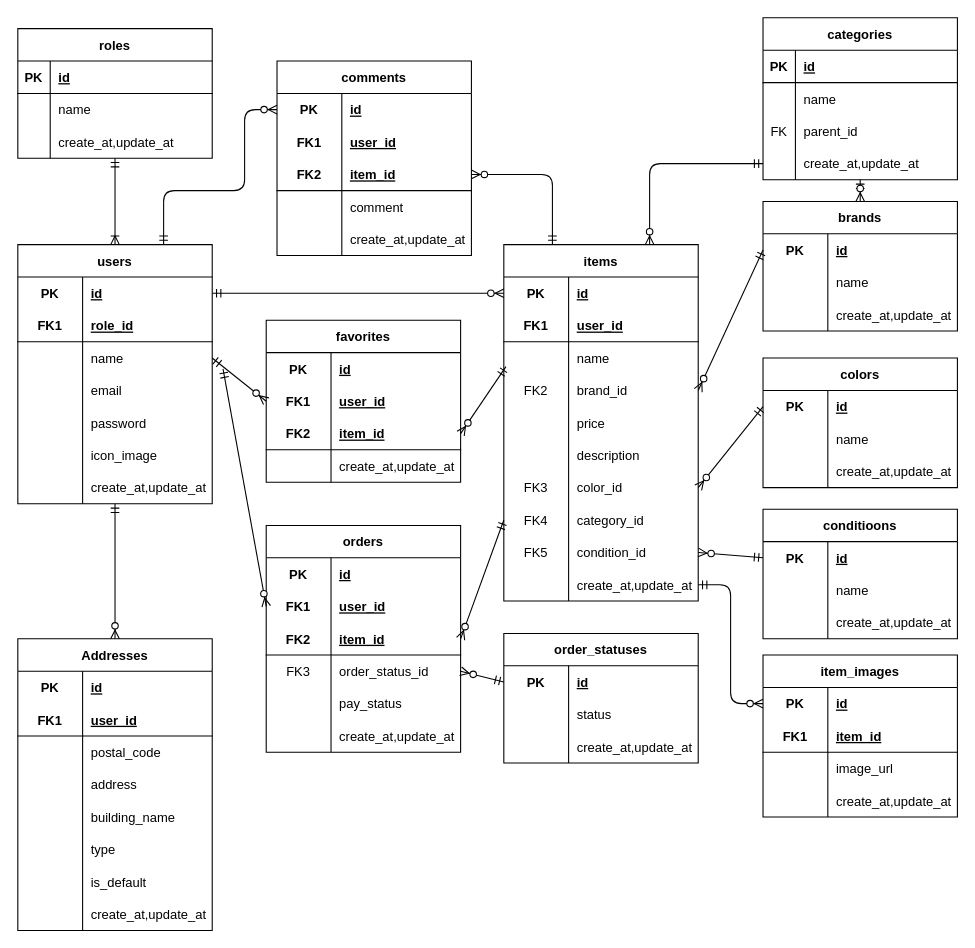
The draw.io diagram er.drawio in fujico23/coachtech-flea-market-app, before the edit. Source tidied: cells renumbered, new cells numbered last; positions are measured from the earlier drawing's top-left corner, leaving out a move shared by most shapes. Both pictures are drawn from the tidied source at 108%, with x=0, y=0 at pixel (17, 17).
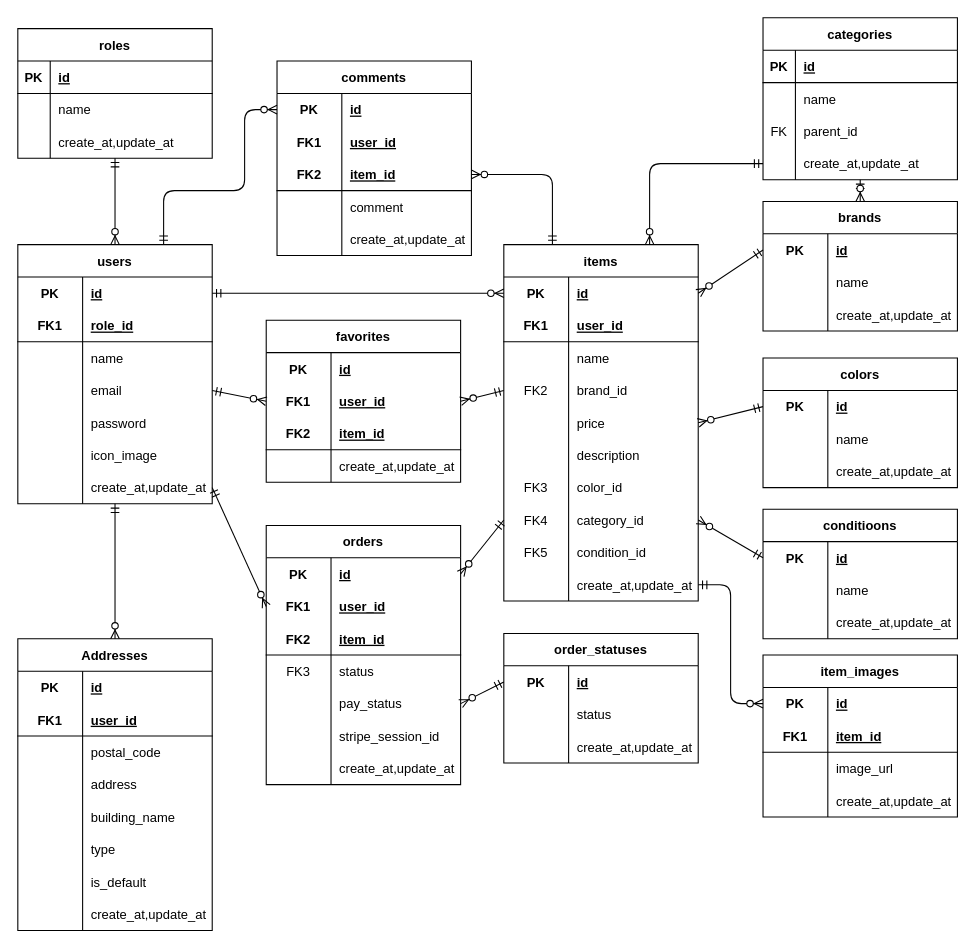
Above is the later version.

The change refers to these unchanged cells:
```xml
<mxCell id="2" value="users" style="shape=table;startSize=30;childLayout=tableLayout;rowLines=0;fontStyle=1;align=center;" parent="1" vertex="1">
  <mxGeometry y="210" width="180" height="240" as="geometry" />
</mxCell>
<mxCell id="9" style="shape=tableRow;horizontal=0;startSize=0;swimlaneHead=0;swimlaneBody=0;fillColor=none;points=[[0,0.5],[1,0.5]];portConstraint=eastwest;top=0;left=0;right=0;bottom=0;" parent="2" vertex="1">
  <mxGeometry y="90" width="180" height="30" as="geometry" />
</mxCell>
<mxCell id="12" style="shape=tableRow;horizontal=0;startSize=0;swimlaneHead=0;swimlaneBody=0;fillColor=none;points=[[0,0.5],[1,0.5]];portConstraint=eastwest;top=0;left=0;right=0;bottom=0;" parent="2" vertex="1">
  <mxGeometry y="120" width="180" height="30" as="geometry" />
</mxCell>
<mxCell id="21" style="shape=tableRow;horizontal=0;startSize=0;swimlaneHead=0;swimlaneBody=0;fillColor=none;points=[[0,0.5],[1,0.5]];portConstraint=eastwest;top=0;left=0;right=0;bottom=0;" parent="2" vertex="1">
  <mxGeometry y="210" width="180" height="30" as="geometry" />
</mxCell>
<mxCell id="31" style="shape=tableRow;horizontal=0;startSize=0;swimlaneHead=0;swimlaneBody=0;fillColor=none;points=[[0,0.5],[1,0.5]];portConstraint=eastwest;top=0;left=0;right=0;bottom=0;" parent="24" vertex="1">
  <mxGeometry y="90" width="180" height="30" as="geometry" />
</mxCell>
<mxCell id="60" style="shape=tableRow;horizontal=0;startSize=0;swimlaneHead=0;swimlaneBody=0;fillColor=none;points=[[0,0.5],[1,0.5]];portConstraint=eastwest;top=0;left=0;right=0;bottom=0;" parent="59" vertex="1">
  <mxGeometry y="30" width="180" height="30" as="geometry" />
</mxCell>
<mxCell id="66" style="shape=tableRow;horizontal=0;startSize=0;swimlaneHead=0;swimlaneBody=0;fillColor=none;points=[[0,0.5],[1,0.5]];portConstraint=eastwest;top=0;left=0;right=0;bottom=0;" parent="59" vertex="1">
  <mxGeometry y="90" width="180" height="30" as="geometry" />
</mxCell>
<mxCell id="69" style="shape=tableRow;horizontal=0;startSize=0;swimlaneHead=0;swimlaneBody=0;fillColor=none;points=[[0,0.5],[1,0.5]];portConstraint=eastwest;top=0;left=0;right=0;bottom=0;" parent="59" vertex="1">
  <mxGeometry y="120" width="180" height="30" as="geometry" />
</mxCell>
<mxCell id="72" style="shape=tableRow;horizontal=0;startSize=0;swimlaneHead=0;swimlaneBody=0;fillColor=none;points=[[0,0.5],[1,0.5]];portConstraint=eastwest;top=0;left=0;right=0;bottom=0;" parent="59" vertex="1">
  <mxGeometry y="150" width="180" height="30" as="geometry" />
</mxCell>
<mxCell id="78" style="shape=tableRow;horizontal=0;startSize=0;swimlaneHead=0;swimlaneBody=0;fillColor=none;points=[[0,0.5],[1,0.5]];portConstraint=eastwest;top=0;left=0;right=0;bottom=0;" parent="59" vertex="1">
  <mxGeometry y="210" width="180" height="30" as="geometry" />
</mxCell>
<mxCell id="81" style="shape=tableRow;horizontal=0;startSize=0;swimlaneHead=0;swimlaneBody=0;fillColor=none;points=[[0,0.5],[1,0.5]];portConstraint=eastwest;top=0;left=0;right=0;bottom=0;" parent="59" vertex="1">
  <mxGeometry y="240" width="180" height="30" as="geometry" />
</mxCell>
<mxCell id="84" style="shape=tableRow;horizontal=0;startSize=0;swimlaneHead=0;swimlaneBody=0;fillColor=none;points=[[0,0.5],[1,0.5]];portConstraint=eastwest;top=0;left=0;right=0;bottom=0;" parent="59" vertex="1">
  <mxGeometry y="270" width="180" height="30" as="geometry" />
</mxCell>
<mxCell id="91" style="shape=tableRow;horizontal=0;startSize=0;swimlaneHead=0;swimlaneBody=0;fillColor=none;points=[[0,0.5],[1,0.5]];portConstraint=eastwest;top=0;left=0;right=0;bottom=0;" parent="90" vertex="1">
  <mxGeometry y="30" width="180" height="30" as="geometry" />
</mxCell>
<mxCell id="114" style="shape=tableRow;horizontal=0;startSize=0;swimlaneHead=0;swimlaneBody=0;fillColor=none;points=[[0,0.5],[1,0.5]];portConstraint=eastwest;top=0;left=0;right=0;bottom=0;" parent="113" vertex="1">
  <mxGeometry y="30" width="180" height="30" as="geometry" />
</mxCell>
<mxCell id="124" style="shape=tableRow;horizontal=0;startSize=0;swimlaneHead=0;swimlaneBody=0;fillColor=none;points=[[0,0.5],[1,0.5]];portConstraint=eastwest;top=0;left=0;right=0;bottom=0;" parent="123" vertex="1">
  <mxGeometry y="30" width="180" height="30" as="geometry" />
</mxCell>
<mxCell id="153" style="shape=tableRow;horizontal=0;startSize=0;swimlaneHead=0;swimlaneBody=0;fillColor=none;points=[[0,0.5],[1,0.5]];portConstraint=eastwest;top=0;left=0;right=0;bottom=0;" parent="149" vertex="1">
  <mxGeometry y="60" width="180" height="30" as="geometry" />
</mxCell>
<mxCell id="156" style="shape=tableRow;horizontal=0;startSize=0;swimlaneHead=0;swimlaneBody=0;fillColor=none;points=[[0,0.5],[1,0.5]];portConstraint=eastwest;top=0;left=0;right=0;bottom=1;" parent="149" vertex="1">
  <mxGeometry y="90" width="180" height="30" as="geometry" />
</mxCell>
<mxCell id="163" style="shape=tableRow;horizontal=0;startSize=0;swimlaneHead=0;swimlaneBody=0;fillColor=none;points=[[0,0.5],[1,0.5]];portConstraint=eastwest;top=0;left=0;right=0;bottom=0;" parent="162" vertex="1">
  <mxGeometry y="30" width="180" height="30" as="geometry" />
</mxCell>
<mxCell id="166" style="shape=tableRow;horizontal=0;startSize=0;swimlaneHead=0;swimlaneBody=0;fillColor=none;points=[[0,0.5],[1,0.5]];portConstraint=eastwest;top=0;left=0;right=0;bottom=0;" parent="162" vertex="1">
  <mxGeometry y="60" width="180" height="30" as="geometry" />
</mxCell>
<mxCell id="169" style="shape=tableRow;horizontal=0;startSize=0;swimlaneHead=0;swimlaneBody=0;fillColor=none;points=[[0,0.5],[1,0.5]];portConstraint=eastwest;top=0;left=0;right=0;bottom=1;" parent="162" vertex="1">
  <mxGeometry y="90" width="180" height="30" as="geometry" />
</mxCell>
<mxCell id="172" style="shape=tableRow;horizontal=0;startSize=0;swimlaneHead=0;swimlaneBody=0;fillColor=none;points=[[0,0.5],[1,0.5]];portConstraint=eastwest;top=0;left=0;right=0;bottom=0;" parent="162" vertex="1">
  <mxGeometry y="120" width="180" height="30" as="geometry" />
</mxCell>
<mxCell id="175" style="shape=tableRow;horizontal=0;startSize=0;swimlaneHead=0;swimlaneBody=0;fillColor=none;points=[[0,0.5],[1,0.5]];portConstraint=eastwest;top=0;left=0;right=0;bottom=0;" parent="162" vertex="1">
  <mxGeometry y="150" width="180" height="30" as="geometry" />
</mxCell>
<mxCell id="182" style="shape=tableRow;horizontal=0;startSize=0;swimlaneHead=0;swimlaneBody=0;fillColor=none;points=[[0,0.5],[1,0.5]];portConstraint=eastwest;top=0;left=0;right=0;bottom=0;" parent="181" vertex="1">
  <mxGeometry y="30" width="180" height="30" as="geometry" />
</mxCell>
```

What changed in the source:
```diff
@@
     <mxCell id="162" value="orders" style="shape=table;startSize=30;childLayout=tableLayout;rowLines=0;fontStyle=1;align=center;" parent="1" vertex="1">
-      <mxGeometry x="230" y="470" width="180" height="210" as="geometry" />
+      <mxGeometry x="230" y="470" width="180" height="240" as="geometry" />
     </mxCell>
@@
-    <mxCell id="174" value="order_status_id" style="shape=partialRectangle;fillColor=none;top=0;left=0;bottom=0;right=0;align=left;spacingLeft=6;overflow=hidden;" parent="172" vertex="1">
+    <mxCell id="174" value="status" style="shape=partialRectangle;fillColor=none;top=0;left=0;bottom=0;right=0;align=left;spacingLeft=6;overflow=hidden;" parent="172" vertex="1">
       <mxGeometry x="60" width="120" height="30" as="geometry" />
     </mxCell>
@@
+    <mxCell id="220" style="shape=tableRow;horizontal=0;startSize=0;swimlaneHead=0;swimlaneBody=0;fillColor=none;top=0;left=0;right=0;bottom=0;" parent="162" vertex="1">
+      <mxGeometry y="180" width="180" height="30" as="geometry" />
+    </mxCell>
+    <mxCell id="221" style="shape=partialRectangle;fillColor=none;top=0;left=0;bottom=0;right=0;overflow=hidden;" parent="220" vertex="1">
+      <mxGeometry width="60" height="30" as="geometry" />
+    </mxCell>
+    <mxCell id="222" value="stripe_session_id" style="shape=partialRectangle;fillColor=none;top=0;left=0;bottom=0;right=0;align=left;spacingLeft=6;overflow=hidden;" parent="220" vertex="1">
+      <mxGeometry x="60" width="120" height="30" as="geometry" />
+    </mxCell>
     <mxCell id="178" style="shape=tableRow;horizontal=0;startSize=0;swimlaneHead=0;swimlaneBody=0;fillColor=none;top=0;left=0;right=0;bottom=0;" parent="162" vertex="1">
-      <mxGeometry y="180" width="180" height="30" as="geometry" />
+      <mxGeometry y="210" width="180" height="30" as="geometry" />
     </mxCell>
@@
-    <mxCell id="191" style="fontSize=12;html=1;endArrow=ERoneToMany;startArrow=ERmandOne;entryX=0.5;entryY=0;entryDx=0;entryDy=0;rounded=1;strokeColor=default;" parent="1" edge="1" source="31" target="2">
-      <mxGeometry relative="1" as="geometry" />
-    </mxCell>
@@
-    <mxCell id="194" style="fontSize=12;html=1;endArrow=ERzeroToMany;startArrow=ERmandOne;rounded=1;sketch=0;strokeColor=default;entryX=1;entryY=0.5;entryDx=0;entryDy=0;exitX=0;exitY=0.5;exitDx=0;exitDy=0;" parent="1" edge="1" source="91" target="69">
+    <mxCell id="194" style="fontSize=12;html=1;endArrow=ERzeroToMany;startArrow=ERmandOne;rounded=1;sketch=0;strokeColor=default;entryX=1;entryY=0.5;entryDx=0;entryDy=0;exitX=0;exitY=0.5;exitDx=0;exitDy=0;" parent="1" edge="1" source="91" target="60">
       <mxGeometry relative="1" as="geometry" />
     </mxCell>
-    <mxCell id="195" style="fontSize=12;html=1;endArrow=ERzeroToMany;startArrow=ERmandOne;rounded=1;sketch=0;strokeColor=default;entryX=1;entryY=0.5;entryDx=0;entryDy=0;exitX=0;exitY=0.5;exitDx=0;exitDy=0;" parent="1" edge="1" source="114" target="78">
+    <mxCell id="195" style="fontSize=12;html=1;endArrow=ERzeroToMany;startArrow=ERmandOne;rounded=1;sketch=0;strokeColor=default;entryX=1;entryY=0.5;entryDx=0;entryDy=0;exitX=0;exitY=0.5;exitDx=0;exitDy=0;" parent="1" edge="1" source="114" target="72">
       <mxGeometry relative="1" as="geometry" />
     </mxCell>
-    <mxCell id="196" style="fontSize=12;html=1;endArrow=ERzeroToMany;startArrow=ERmandOne;rounded=1;sketch=0;strokeColor=default;entryX=1;entryY=0.5;entryDx=0;entryDy=0;exitX=0;exitY=0.5;exitDx=0;exitDy=0;" parent="1" edge="1" source="124" target="84">
+    <mxCell id="196" style="fontSize=12;html=1;endArrow=ERzeroToMany;startArrow=ERmandOne;rounded=1;sketch=0;strokeColor=default;entryX=1;entryY=0.5;entryDx=0;entryDy=0;exitX=0;exitY=0.5;exitDx=0;exitDy=0;" parent="1" edge="1" source="124" target="81">
       <mxGeometry relative="1" as="geometry" />
     </mxCell>
@@
-    <mxCell id="212" style="fontSize=12;html=1;endArrow=ERzeroToMany;startArrow=ERmandOne;rounded=1;sketch=0;strokeColor=default;entryX=1;entryY=0.5;entryDx=0;entryDy=0;exitX=0;exitY=0.5;exitDx=0;exitDy=0;" parent="1" edge="1" source="182" target="172">
+    <mxCell id="212" style="fontSize=12;html=1;endArrow=ERzeroToMany;startArrow=ERmandOne;rounded=1;sketch=0;strokeColor=default;entryX=1;entryY=0.5;entryDx=0;entryDy=0;exitX=0;exitY=0.5;exitDx=0;exitDy=0;" parent="1" edge="1" source="182" target="175">
       <mxGeometry relative="1" as="geometry" />
     </mxCell>
@@
-    <mxCell id="214" style="fontSize=12;html=1;endArrow=ERzeroToMany;startArrow=ERmandOne;rounded=1;sketch=0;strokeColor=default;entryX=0;entryY=0.5;entryDx=0;entryDy=0;exitX=1;exitY=0.5;exitDx=0;exitDy=0;" parent="1" edge="1" source="9" target="153">
+    <mxCell id="214" style="fontSize=12;html=1;endArrow=ERzeroToMany;startArrow=ERmandOne;rounded=1;sketch=0;strokeColor=default;entryX=0;entryY=0.5;entryDx=0;entryDy=0;exitX=1;exitY=0.5;exitDx=0;exitDy=0;" parent="1" edge="1" source="12" target="153">
       <mxGeometry relative="1" as="geometry" />
     </mxCell>
-    <mxCell id="215" style="fontSize=12;html=1;endArrow=ERzeroToMany;startArrow=ERmandOne;rounded=1;sketch=0;strokeColor=default;entryX=0;entryY=0.5;entryDx=0;entryDy=0;exitX=1;exitY=0.5;exitDx=0;exitDy=0;" parent="1" edge="1" target="166">
-      <mxGeometry relative="1" as="geometry">
-        <mxPoint x="190" y="325" as="sourcePoint" />
-      </mxGeometry>
+    <mxCell id="215" style="fontSize=12;html=1;endArrow=ERzeroToMany;startArrow=ERmandOne;rounded=1;sketch=0;strokeColor=default;entryX=0;entryY=0.5;entryDx=0;entryDy=0;exitX=1;exitY=0.5;exitDx=0;exitDy=0;" parent="1" edge="1" source="21" target="166">
+      <mxGeometry relative="1" as="geometry" />
     </mxCell>
-    <mxCell id="216" style="fontSize=12;html=1;endArrow=ERzeroToMany;startArrow=ERmandOne;rounded=1;sketch=0;strokeColor=default;entryX=1;entryY=0.5;entryDx=0;entryDy=0;exitX=0.011;exitY=0.767;exitDx=0;exitDy=0;exitPerimeter=0;" parent="1" edge="1" source="66" target="156">
+    <mxCell id="216" style="fontSize=12;html=1;endArrow=ERzeroToMany;startArrow=ERmandOne;rounded=1;sketch=0;strokeColor=default;entryX=1;entryY=0.5;entryDx=0;entryDy=0;exitX=0;exitY=0.5;exitDx=0;exitDy=0;" parent="1" edge="1" source="69" target="153">
       <mxGeometry relative="1" as="geometry" />
     </mxCell>
@@
-    <mxCell id="218" style="fontSize=12;html=1;endArrow=ERzeroToMany;startArrow=ERmandOne;rounded=1;sketch=0;strokeColor=default;entryX=1;entryY=0.5;entryDx=0;entryDy=0;exitX=0;exitY=0.5;exitDx=0;exitDy=0;" parent="1" edge="1" source="81" target="169">
+    <mxCell id="218" style="fontSize=12;html=1;endArrow=ERzeroToMany;startArrow=ERmandOne;rounded=1;sketch=0;strokeColor=default;entryX=1;entryY=0.5;entryDx=0;entryDy=0;exitX=0;exitY=0.5;exitDx=0;exitDy=0;" parent="1" edge="1" source="81" target="163">
       <mxGeometry relative="1" as="geometry" />
     </mxCell>
@@
+    <mxCell id="223" style="fontSize=12;html=1;endArrow=ERzeroToMany;startArrow=ERmandOne;rounded=1;sketch=0;strokeColor=default;entryX=0.5;entryY=0;entryDx=0;entryDy=0;" parent="1" edge="1" target="2">
+      <mxGeometry relative="1" as="geometry">
+        <mxPoint x="90" y="130" as="sourcePoint" />
+      </mxGeometry>
+    </mxCell>
```
